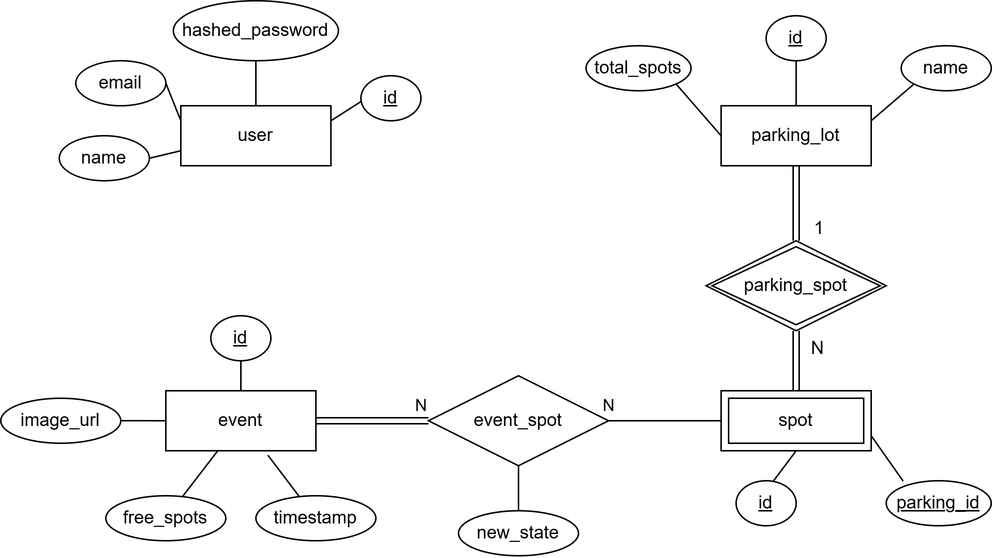
Earlier version of the draw.io export docs/diagrams/MER.png (UM-LabTics/lakitu-core). Source tidied: cells renumbered, new cells last; positions are measured from the earlier drawing's top-left corner, leaving out a move shared by most shapes.
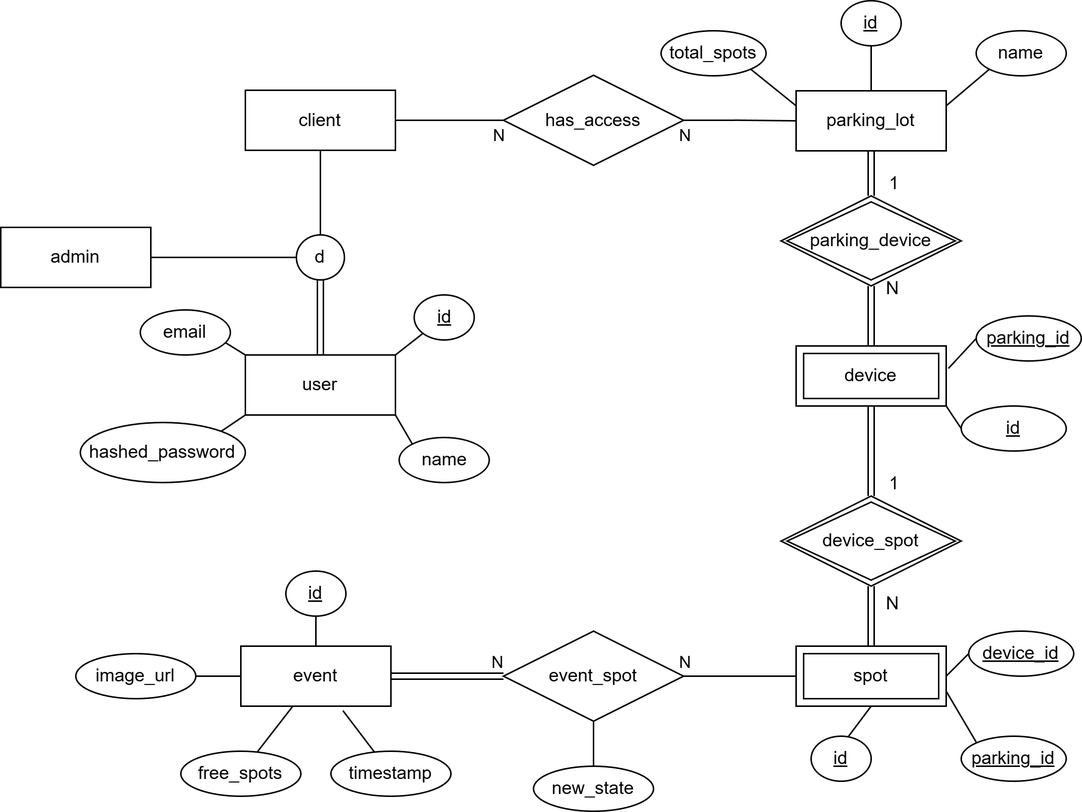
After the commit.

Change to the diagram source:
```diff
@@ -2,41 +2,30 @@
   <root>
     <mxCell id="0" />
     <mxCell id="1" parent="0" />
-    <mxCell id="2" style="rounded=0;jettySize=auto;html=1;exitX=0.5;exitY=0;exitDx=0;exitDy=0;entryX=0.5;entryY=1;entryDx=0;entryDy=0;startArrow=none;startFill=0;endArrow=none;endFill=0;" parent="1" edge="1" source="6" target="26">
-      <mxGeometry relative="1" as="geometry" />
-    </mxCell>
-    <mxCell id="3" style="rounded=0;jettySize=auto;html=1;exitX=0;exitY=0.75;exitDx=0;exitDy=0;entryX=1;entryY=0.5;entryDx=0;entryDy=0;startArrow=none;startFill=0;endArrow=none;endFill=0;" parent="1" edge="1" source="6" target="30">
+    <mxCell id="3" style="rounded=0;jettySize=auto;html=1;exitX=1;exitY=1;exitDx=0;exitDy=0;entryX=0;entryY=0;entryDx=0;entryDy=0;startArrow=none;startFill=0;endArrow=none;endFill=0;" parent="1" edge="1" source="65" target="30">
       <mxGeometry relative="1" as="geometry" />
     </mxCell>
-    <mxCell id="4" style="rounded=0;jettySize=auto;html=1;exitX=0;exitY=0.25;exitDx=0;exitDy=0;entryX=1;entryY=0.5;entryDx=0;entryDy=0;startArrow=none;startFill=0;endArrow=none;endFill=0;" parent="1" edge="1" source="6" target="25">
-      <mxGeometry relative="1" as="geometry" />
-    </mxCell>
-    <mxCell id="5" style="rounded=0;jettySize=auto;html=1;exitX=1;exitY=0.25;exitDx=0;exitDy=0;entryX=0;entryY=1;entryDx=0;entryDy=0;startArrow=none;startFill=0;endArrow=none;endFill=0;" parent="1" edge="1" source="6">
-      <mxGeometry relative="1" as="geometry">
-        <mxPoint x="242.4" y="65.7" as="targetPoint" />
-      </mxGeometry>
-    </mxCell>
-    <mxCell id="6" value="user" style="whiteSpace=wrap;html=1;align=center;" parent="1" vertex="1">
-      <mxGeometry x="120" y="70" width="100" height="40" as="geometry" />
+    <mxCell id="6" value="client" style="whiteSpace=wrap;html=1;align=center;" parent="1" vertex="1">
+      <mxGeometry x="113" y="-110.4" width="100" height="40" as="geometry" />
     </mxCell>
-    <mxCell id="7" style="rounded=0;jettySize=auto;html=1;exitX=0;exitY=0.5;exitDx=0;exitDy=0;entryX=1;entryY=1;entryDx=0;entryDy=0;startArrow=none;startFill=0;endArrow=none;endFill=0;" parent="1" edge="1" source="10" target="27">
+    <mxCell id="7" style="rounded=0;jettySize=auto;html=1;exitX=0;exitY=0.25;exitDx=0;exitDy=0;entryX=1;entryY=1;entryDx=0;entryDy=0;startArrow=none;startFill=0;endArrow=none;endFill=0;" parent="1" edge="1" source="10" target="27">
       <mxGeometry relative="1" as="geometry" />
     </mxCell>
     <mxCell id="8" style="rounded=0;jettySize=auto;html=1;exitX=0.5;exitY=0;exitDx=0;exitDy=0;entryX=0.5;entryY=1;entryDx=0;entryDy=0;startArrow=none;startFill=0;endArrow=none;endFill=0;" parent="1" edge="1" source="10">
       <mxGeometry relative="1" as="geometry">
-        <mxPoint x="530" y="40" as="targetPoint" />
+        <mxPoint x="530" y="-140" as="targetPoint" />
       </mxGeometry>
     </mxCell>
     <mxCell id="9" style="rounded=0;jettySize=auto;html=1;exitX=1;exitY=0.25;exitDx=0;exitDy=0;entryX=0;entryY=1;entryDx=0;entryDy=0;startArrow=none;startFill=0;endArrow=none;endFill=0;" parent="1" edge="1" source="10" target="31">
       <mxGeometry relative="1" as="geometry" />
     </mxCell>
     <mxCell id="10" value="parking_lot" style="whiteSpace=wrap;html=1;align=center;" parent="1" vertex="1">
-      <mxGeometry x="480" y="70" width="100" height="40" as="geometry" />
+      <mxGeometry x="480" y="-110" width="100" height="40" as="geometry" />
     </mxCell>
     <mxCell id="11" value="spot" style="shape=ext;margin=3;double=1;whiteSpace=wrap;html=1;align=center;" parent="1" vertex="1">
       <mxGeometry x="480" y="260" width="100" height="40" as="geometry" />
     </mxCell>
-    <mxCell id="12" value="parking_spot" style="shape=rhombus;double=1;perimeter=rhombusPerimeter;whiteSpace=wrap;html=1;align=center;" parent="1" vertex="1">
+    <mxCell id="12" value="device_spot" style="shape=rhombus;double=1;perimeter=rhombusPerimeter;whiteSpace=wrap;html=1;align=center;" parent="1" vertex="1">
       <mxGeometry x="470" y="160" width="120" height="60" as="geometry" />
     </mxCell>
     <mxCell id="13" style="shape=link;html=1;rounded=0;exitX=0.5;exitY=0;exitDx=0;exitDy=0;entryX=0.5;entryY=1;entryDx=0;entryDy=0;" parent="1" edge="1" source="11" target="12">
@@ -47,7 +36,7 @@
         <mxPoint x="20" y="20" as="offset" />
       </mxGeometry>
     </mxCell>
-    <mxCell id="15" style="shape=link;html=1;rounded=0;exitX=0.5;exitY=1;exitDx=0;exitDy=0;entryX=0.5;entryY=0;entryDx=0;entryDy=0;" parent="1" edge="1" source="10" target="12">
+    <mxCell id="15" style="shape=link;html=1;rounded=0;exitX=0.5;exitY=1;exitDx=0;exitDy=0;entryX=0.5;entryY=0;entryDx=0;entryDy=0;" parent="1" edge="1" source="54" target="12">
       <mxGeometry relative="1" as="geometry" />
     </mxCell>
     <mxCell id="16" value="1" style="html=1;whiteSpace=wrap;align=right;verticalAlign=bottom;" parent="15" vertex="1">
@@ -87,14 +76,8 @@
         <mxPoint x="515" y="320" as="sourcePoint" />
       </mxGeometry>
     </mxCell>
-    <mxCell id="25" value="email" style="ellipse;whiteSpace=wrap;html=1;" parent="1" vertex="1">
-      <mxGeometry x="50" y="40" width="60" height="30" as="geometry" />
-    </mxCell>
-    <mxCell id="26" value="hashed_password" style="ellipse;whiteSpace=wrap;html=1;" parent="1" vertex="1">
-      <mxGeometry x="115" width="110" height="40" as="geometry" />
-    </mxCell>
     <mxCell id="27" value="total_spots" style="ellipse;whiteSpace=wrap;html=1;" parent="1" vertex="1">
-      <mxGeometry x="390" y="30" width="70" height="30" as="geometry" />
+      <mxGeometry x="390" y="-150" width="70" height="30" as="geometry" />
     </mxCell>
     <mxCell id="28" value="new_state" style="ellipse;whiteSpace=wrap;html=1;align=center;" parent="1" vertex="1">
       <mxGeometry x="305" y="340" width="80" height="30" as="geometry" />
@@ -103,10 +86,10 @@
       <mxGeometry relative="1" as="geometry" />
     </mxCell>
     <mxCell id="30" value="name" style="ellipse;whiteSpace=wrap;html=1;" parent="1" vertex="1">
-      <mxGeometry x="39" y="90" width="60" height="30" as="geometry" />
+      <mxGeometry x="215.5" y="121" width="60" height="30" as="geometry" />
     </mxCell>
     <mxCell id="31" value="name" style="ellipse;whiteSpace=wrap;html=1;" parent="1" vertex="1">
-      <mxGeometry x="600" y="30" width="60" height="30" as="geometry" />
+      <mxGeometry x="600" y="-150" width="60" height="30" as="geometry" />
     </mxCell>
     <mxCell id="32" style="rounded=0;jettySize=auto;html=1;startArrow=none;startFill=0;endArrow=none;endFill=0;" parent="1" edge="1" source="33" target="22">
       <mxGeometry relative="1" as="geometry" />
@@ -123,10 +106,8 @@
     <mxCell id="36" value="timestamp" style="ellipse;whiteSpace=wrap;html=1;align=center;" parent="1" vertex="1">
       <mxGeometry x="170" y="330" width="80" height="30" as="geometry" />
     </mxCell>
-    <mxCell id="37" style="rounded=0;jettySize=auto;html=1;exitX=1;exitY=0.75;exitDx=0;exitDy=0;entryX=0.391;entryY=0.007;entryDx=0;entryDy=0;entryPerimeter=0;startArrow=none;startFill=0;endArrow=none;endFill=0;" parent="1" edge="1" source="11">
-      <mxGeometry relative="1" as="geometry">
-        <mxPoint x="601.3" y="320.2" as="targetPoint" />
-      </mxGeometry>
+    <mxCell id="37" style="rounded=0;jettySize=auto;html=1;exitX=1;exitY=0.75;exitDx=0;exitDy=0;entryX=0;entryY=0;entryDx=0;entryDy=0;startArrow=none;startFill=0;endArrow=none;endFill=0;" parent="1" edge="1" source="11" target="41">
+      <mxGeometry relative="1" as="geometry" />
     </mxCell>
     <mxCell id="38" style="rounded=0;jettySize=auto;html=1;entryX=0.68;entryY=1.074;entryDx=0;entryDy=0;entryPerimeter=0;startArrow=none;startFill=0;endArrow=none;endFill=0;" parent="1" edge="1" source="36" target="22">
       <mxGeometry relative="1" as="geometry" />
@@ -141,10 +122,107 @@
       <mxGeometry x="590" y="320" width="70" height="30" as="geometry" />
     </mxCell>
     <mxCell id="42" value="&lt;u&gt;id&lt;/u&gt;" style="ellipse;whiteSpace=wrap;html=1;align=center;" parent="1" vertex="1">
-      <mxGeometry x="510" y="10" width="40" height="30" as="geometry" />
+      <mxGeometry x="510" y="-170" width="40" height="30" as="geometry" />
     </mxCell>
-    <mxCell id="43" value="&lt;u&gt;id&lt;/u&gt;" style="ellipse;whiteSpace=wrap;html=1;align=center;" parent="1" vertex="1">
-      <mxGeometry x="240" y="50" width="40" height="30" as="geometry" />
-    </mxCell>
+    <mxCell id="44" style="edgeStyle=orthogonalEdgeStyle;rounded=0;jettySize=auto;html=1;exitX=1;exitY=0.5;exitDx=0;exitDy=0;entryX=0;entryY=0.5;entryDx=0;entryDy=0;endArrow=none;endFill=0;" parent="1" edge="1" source="46" target="10">
+      <mxGeometry relative="1" as="geometry" />
+    </mxCell>
+    <mxCell id="45" value="N" style="edgeLabel;html=1;align=center;verticalAlign=middle;" parent="44" vertex="1">
+      <mxGeometry x="-0.66" y="-1" relative="1" as="geometry">
+        <mxPoint x="-13" y="9" as="offset" />
+      </mxGeometry>
+    </mxCell>
+    <mxCell id="46" value="has_access" style="shape=rhombus;perimeter=rhombusPerimeter;whiteSpace=wrap;html=1;align=center;" parent="1" vertex="1">
+      <mxGeometry x="285" y="-120.4" width="120" height="60" as="geometry" />
+    </mxCell>
+    <mxCell id="47" style="rounded=0;jettySize=auto;html=1;endArrow=none;endFill=0;exitX=0;exitY=0.5;exitDx=0;exitDy=0;entryX=1;entryY=0.5;entryDx=0;entryDy=0;" parent="1" edge="1" source="46" target="6">
+      <mxGeometry relative="1" as="geometry" />
+    </mxCell>
+    <mxCell id="48" value="N" style="edgeLabel;html=1;align=center;verticalAlign=middle;" parent="47" vertex="1">
+      <mxGeometry x="-0.52" y="3" relative="1" as="geometry">
+        <mxPoint x="13" y="7" as="offset" />
+      </mxGeometry>
+    </mxCell>
+    <mxCell id="49" style="shape=link;html=1;rounded=0;exitX=0.5;exitY=1;exitDx=0;exitDy=0;entryX=0.5;entryY=0;entryDx=0;entryDy=0;" parent="1" edge="1" source="10" target="51">
+      <mxGeometry relative="1" as="geometry" />
+    </mxCell>
+    <mxCell id="50" value="1" style="html=1;whiteSpace=wrap;align=right;verticalAlign=bottom;" parent="49" vertex="1">
+      <mxGeometry x="1" relative="1" as="geometry">
+        <mxPoint x="20" as="offset" />
+      </mxGeometry>
+    </mxCell>
+    <mxCell id="51" value="parking_device" style="shape=rhombus;double=1;perimeter=rhombusPerimeter;whiteSpace=wrap;html=1;align=center;" parent="1" vertex="1">
+      <mxGeometry x="470" y="-40" width="120" height="60" as="geometry" />
+    </mxCell>
+    <mxCell id="52" style="shape=link;html=1;rounded=0;exitX=0.5;exitY=1;exitDx=0;exitDy=0;entryX=0.5;entryY=0;entryDx=0;entryDy=0;" parent="1" edge="1" target="54">
+      <mxGeometry relative="1" as="geometry">
+        <mxPoint x="530" y="80" as="sourcePoint" />
+      </mxGeometry>
+    </mxCell>
+    <mxCell id="53" style="rounded=0;jettySize=auto;html=1;exitX=1;exitY=1;exitDx=0;exitDy=0;entryX=0;entryY=0.5;entryDx=0;entryDy=0;endArrow=none;endFill=0;" parent="1" edge="1" source="54" target="61">
+      <mxGeometry relative="1" as="geometry" />
+    </mxCell>
+    <mxCell id="54" value="device" style="shape=ext;margin=3;double=1;whiteSpace=wrap;html=1;align=center;" parent="1" vertex="1">
+      <mxGeometry x="480" y="60" width="100" height="40" as="geometry" />
+    </mxCell>
+    <mxCell id="55" style="shape=link;html=1;rounded=0;exitX=0.5;exitY=1;exitDx=0;exitDy=0;entryX=0.5;entryY=0;entryDx=0;entryDy=0;" parent="1" edge="1" source="51" target="54">
+      <mxGeometry relative="1" as="geometry" />
+    </mxCell>
+    <mxCell id="56" value="N" style="html=1;whiteSpace=wrap;align=right;verticalAlign=bottom;" parent="55" vertex="1">
+      <mxGeometry x="1" relative="1" as="geometry">
+        <mxPoint x="20" y="-30" as="offset" />
+      </mxGeometry>
+    </mxCell>
+    <mxCell id="57" value="&lt;u&gt;parking_id&lt;/u&gt;" style="ellipse;whiteSpace=wrap;html=1;align=center;" parent="1" vertex="1">
+      <mxGeometry x="600" y="40" width="70" height="30" as="geometry" />
+    </mxCell>
+    <mxCell id="58" style="rounded=0;jettySize=auto;html=1;exitX=0;exitY=0.5;exitDx=0;exitDy=0;entryX=1;entryY=0.5;entryDx=0;entryDy=0;endArrow=none;endFill=0;" parent="1" edge="1" source="59" target="11">
+      <mxGeometry relative="1" as="geometry" />
+    </mxCell>
+    <mxCell id="59" value="&lt;u&gt;device_id&lt;/u&gt;" style="ellipse;whiteSpace=wrap;html=1;align=center;" parent="1" vertex="1">
+      <mxGeometry x="595" y="250" width="70" height="30" as="geometry" />
+    </mxCell>
+    <mxCell id="60" style="rounded=0;jettySize=auto;html=1;exitX=0;exitY=0.5;exitDx=0;exitDy=0;entryX=1.015;entryY=0.374;entryDx=0;entryDy=0;entryPerimeter=0;endArrow=none;endFill=0;" parent="1" edge="1" source="57" target="54">
+      <mxGeometry relative="1" as="geometry" />
+    </mxCell>
+    <mxCell id="61" value="&lt;u&gt;id&lt;/u&gt;" style="ellipse;whiteSpace=wrap;html=1;align=center;" parent="1" vertex="1">
+      <mxGeometry x="590" y="100" width="70" height="30" as="geometry" />
+    </mxCell>
+    <mxCell id="62" style="rounded=0;jettySize=auto;html=1;exitX=0;exitY=1;exitDx=0;exitDy=0;entryX=1;entryY=0;entryDx=0;entryDy=0;startArrow=none;startFill=0;endArrow=none;endFill=0;" parent="1" edge="1" source="65" target="26">
+      <mxGeometry relative="1" as="geometry" />
+    </mxCell>
+    <mxCell id="63" style="rounded=0;jettySize=auto;html=1;exitX=0;exitY=0;exitDx=0;exitDy=0;entryX=0.948;entryY=0.73;entryDx=0;entryDy=0;startArrow=none;startFill=0;endArrow=none;endFill=0;entryPerimeter=0;" parent="1" edge="1" source="65" target="25">
+      <mxGeometry relative="1" as="geometry" />
+    </mxCell>
+    <mxCell id="64" style="rounded=0;jettySize=auto;html=1;exitX=1;exitY=0;exitDx=0;exitDy=0;entryX=0;entryY=1;entryDx=0;entryDy=0;startArrow=none;startFill=0;endArrow=none;endFill=0;" parent="1" edge="1" source="65" target="66">
+      <mxGeometry relative="1" as="geometry" />
+    </mxCell>
+    <mxCell id="65" value="user" style="whiteSpace=wrap;html=1;align=center;" parent="1" vertex="1">
+      <mxGeometry x="113" y="66" width="100" height="40" as="geometry" />
+    </mxCell>
+    <mxCell id="25" value="email" style="ellipse;whiteSpace=wrap;html=1;" parent="1" vertex="1">
+      <mxGeometry x="43" y="36" width="60" height="30" as="geometry" />
+    </mxCell>
+    <mxCell id="26" value="hashed_password" style="ellipse;whiteSpace=wrap;html=1;" parent="1" vertex="1">
+      <mxGeometry x="3" y="111" width="110" height="40" as="geometry" />
+    </mxCell>
+    <mxCell id="66" value="&lt;u&gt;id&lt;/u&gt;" style="ellipse;whiteSpace=wrap;html=1;align=center;" parent="1" vertex="1">
+      <mxGeometry x="225.5" y="26" width="40" height="30" as="geometry" />
+    </mxCell>
+    <mxCell id="67" style="shape=link;html=1;rounded=0;entryX=0.5;entryY=0;entryDx=0;entryDy=0;exitX=0.5;exitY=1;exitDx=0;exitDy=0;" parent="1" edge="1" source="69" target="65">
+      <mxGeometry relative="1" as="geometry" />
+    </mxCell>
+    <mxCell id="68" style="rounded=0;jettySize=auto;html=1;entryX=1;entryY=0.5;entryDx=0;entryDy=0;endArrow=none;endFill=0;" parent="1" edge="1" source="69" target="70">
+      <mxGeometry relative="1" as="geometry" />
+    </mxCell>
+    <mxCell id="69" value="d" style="ellipse;whiteSpace=wrap;html=1;align=center;" parent="1" vertex="1">
+      <mxGeometry x="147" y="-14" width="32" height="30" as="geometry" />
+    </mxCell>
+    <mxCell id="70" value="admin" style="whiteSpace=wrap;html=1;align=center;" parent="1" vertex="1">
+      <mxGeometry x="-50" y="-19" width="100" height="40" as="geometry" />
+    </mxCell>
+    <mxCell id="71" style="rounded=0;jettySize=auto;html=1;entryX=0.5;entryY=1;entryDx=0;entryDy=0;endArrow=none;endFill=0;exitX=0.5;exitY=0;exitDx=0;exitDy=0;" parent="1" edge="1" source="69" target="6">
+      <mxGeometry relative="1" as="geometry" />
+    </mxCell>
   </root>
 </mxGraphModel>
```
